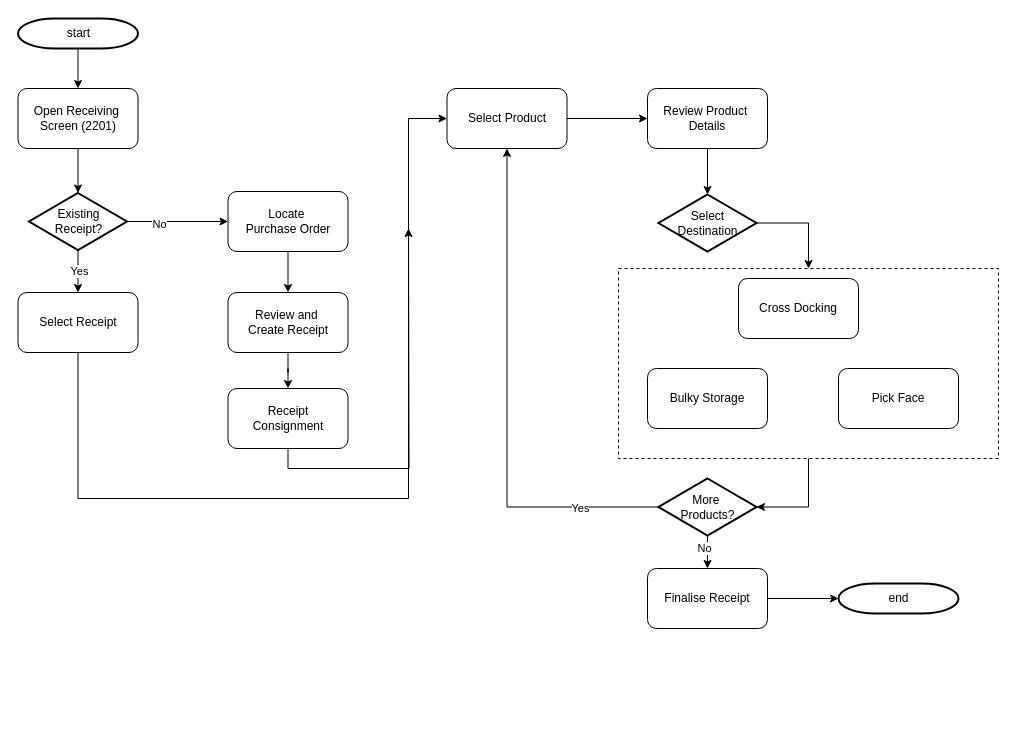
Above: Receiving.drawio in ZTomChen/NavigatorFlowcharts (draw.io), before the change. Source tidied: cells renumbered, new cells numbered last; positions are measured from the earlier drawing's top-left corner, leaving out a move shared by most shapes. Both pictures are drawn from the tidied source at 100%, with x=0, y=0 at pixel (18, 18).
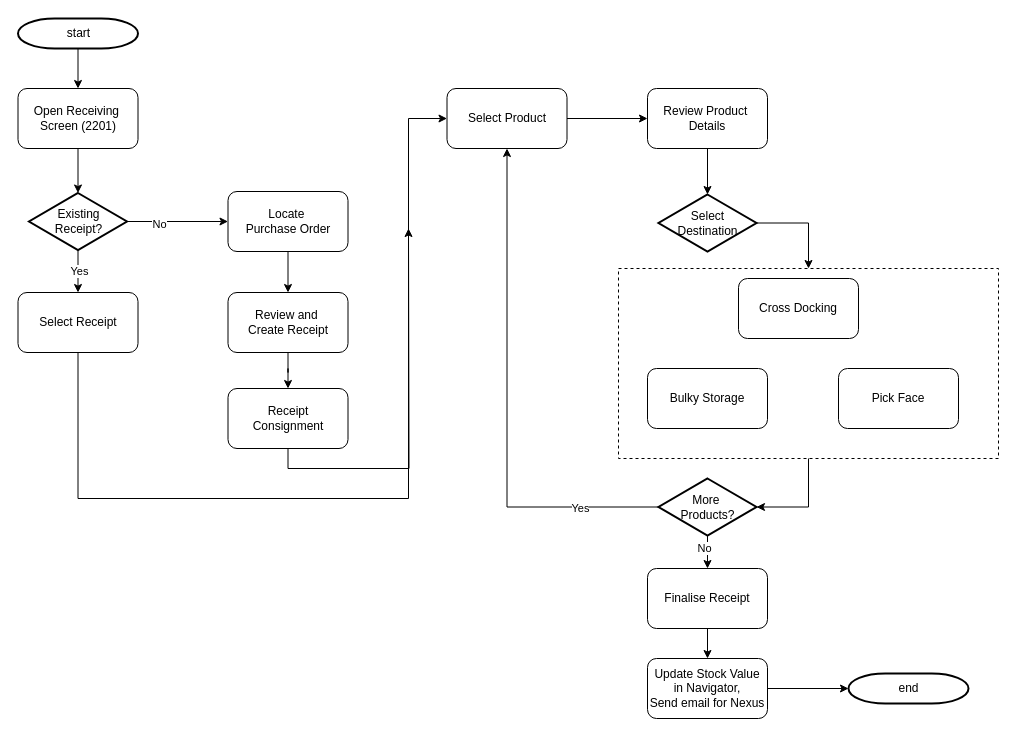
Above is the later version.

The change refers to these unchanged cells:
```xml
<mxCell id="23" value="&lt;span style=&quot;text-wrap-mode: nowrap;&quot;&gt;Finalise Receipt&lt;/span&gt;" style="rounded=1;whiteSpace=wrap;html=1;" parent="1" vertex="1">
  <mxGeometry x="629" y="550" width="120" height="60" as="geometry" />
</mxCell>
```

What changed in the source:
```diff
@@
-    <mxCell id="11" value="end" style="shape=mxgraph.flowchart.terminator;strokeWidth=2;gradientColor=none;gradientDirection=north;fontStyle=0;html=1;" parent="1" vertex="1">
-      <mxGeometry x="820" y="565" width="120" height="30" as="geometry" />
-    </mxCell>
@@
-    <mxCell id="22" style="edgeStyle=orthogonalEdgeStyle;rounded=0;jettySize=auto;html=1;exitX=1;exitY=0.5;exitDx=0;exitDy=0;" parent="1" edge="1" source="23" target="11">
-      <mxGeometry relative="1" as="geometry" />
-    </mxCell>
+    <mxCell id="39" style="edgeStyle=orthogonalEdgeStyle;rounded=0;jettySize=auto;html=1;exitX=0.5;exitY=1;exitDx=0;exitDy=0;entryX=0.5;entryY=0;entryDx=0;entryDy=0;" parent="1" edge="1" source="23" target="41">
+      <mxGeometry relative="1" as="geometry" />
+    </mxCell>
@@
+    <mxCell id="11" value="end" style="shape=mxgraph.flowchart.terminator;strokeWidth=2;gradientColor=none;gradientDirection=north;fontStyle=0;html=1;" parent="1" vertex="1">
+      <mxGeometry x="830" y="655" width="120" height="30" as="geometry" />
+    </mxCell>
+    <mxCell id="40" style="edgeStyle=orthogonalEdgeStyle;rounded=0;jettySize=auto;html=1;exitX=1;exitY=0.5;exitDx=0;exitDy=0;" parent="1" edge="1" source="41">
+      <mxGeometry relative="1" as="geometry">
+        <mxPoint x="830" y="670" as="targetPoint" />
+      </mxGeometry>
+    </mxCell>
+    <mxCell id="41" value="&lt;span style=&quot;text-wrap-mode: nowrap;&quot;&gt;Update Stock Value&lt;/span&gt;&lt;div&gt;&lt;span style=&quot;text-wrap-mode: nowrap;&quot;&gt;in Navigator,&lt;/span&gt;&lt;/div&gt;&lt;div&gt;&lt;span style=&quot;text-wrap-mode: nowrap;&quot;&gt;Send email for Nexus&lt;/span&gt;&lt;/div&gt;" style="rounded=1;whiteSpace=wrap;html=1;" parent="1" vertex="1">
+      <mxGeometry x="629" y="640" width="120" height="60" as="geometry" />
+    </mxCell>
```
